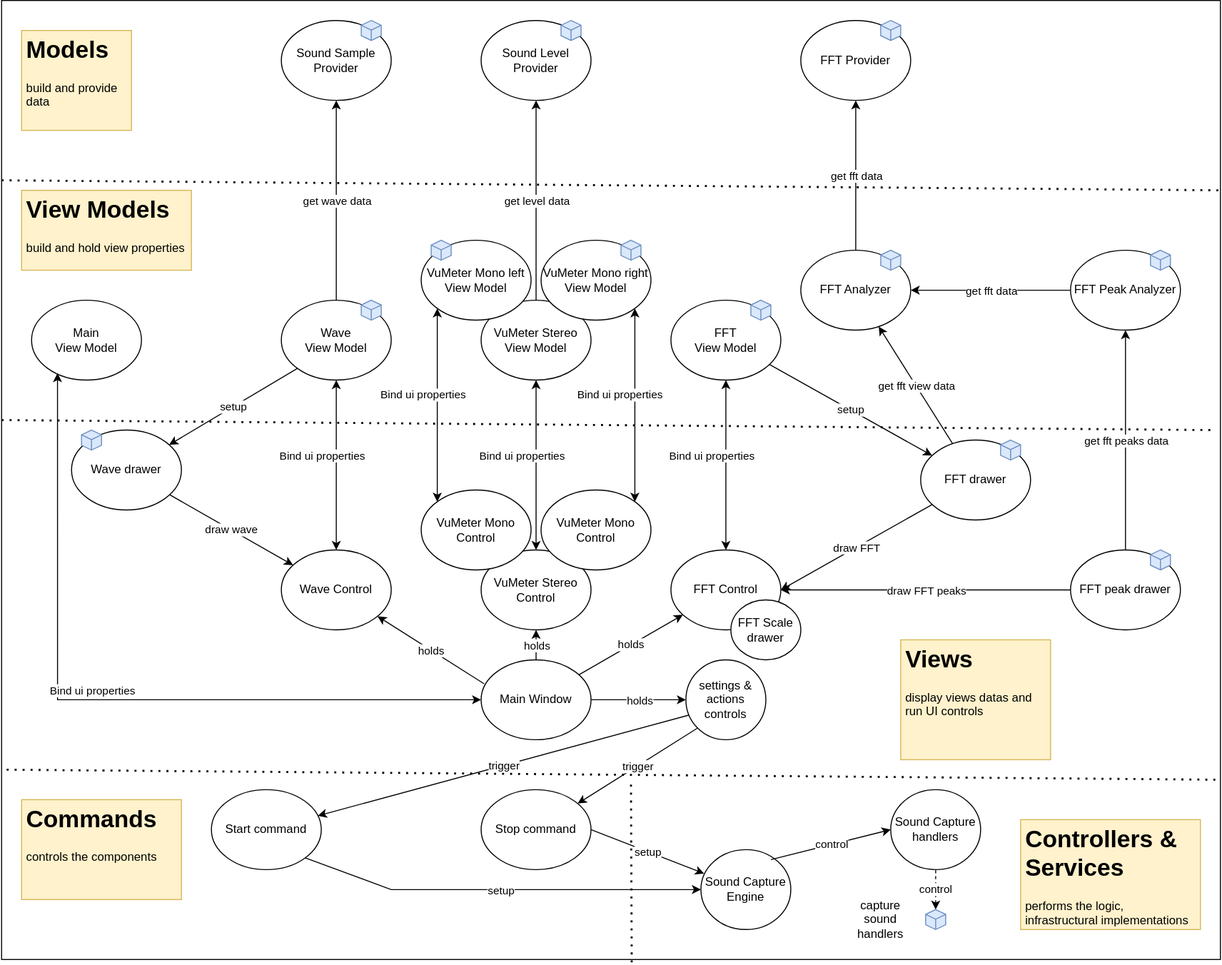
This is Doc/components1.drawio.svg from franck-gaspoz/WindowsAudioSessionSample, a draw.io export, as it was before one commit. Source tidied: cells renumbered, new cells last; positions are measured from the earlier drawing's top-left corner, leaving out a move shared by most shapes.
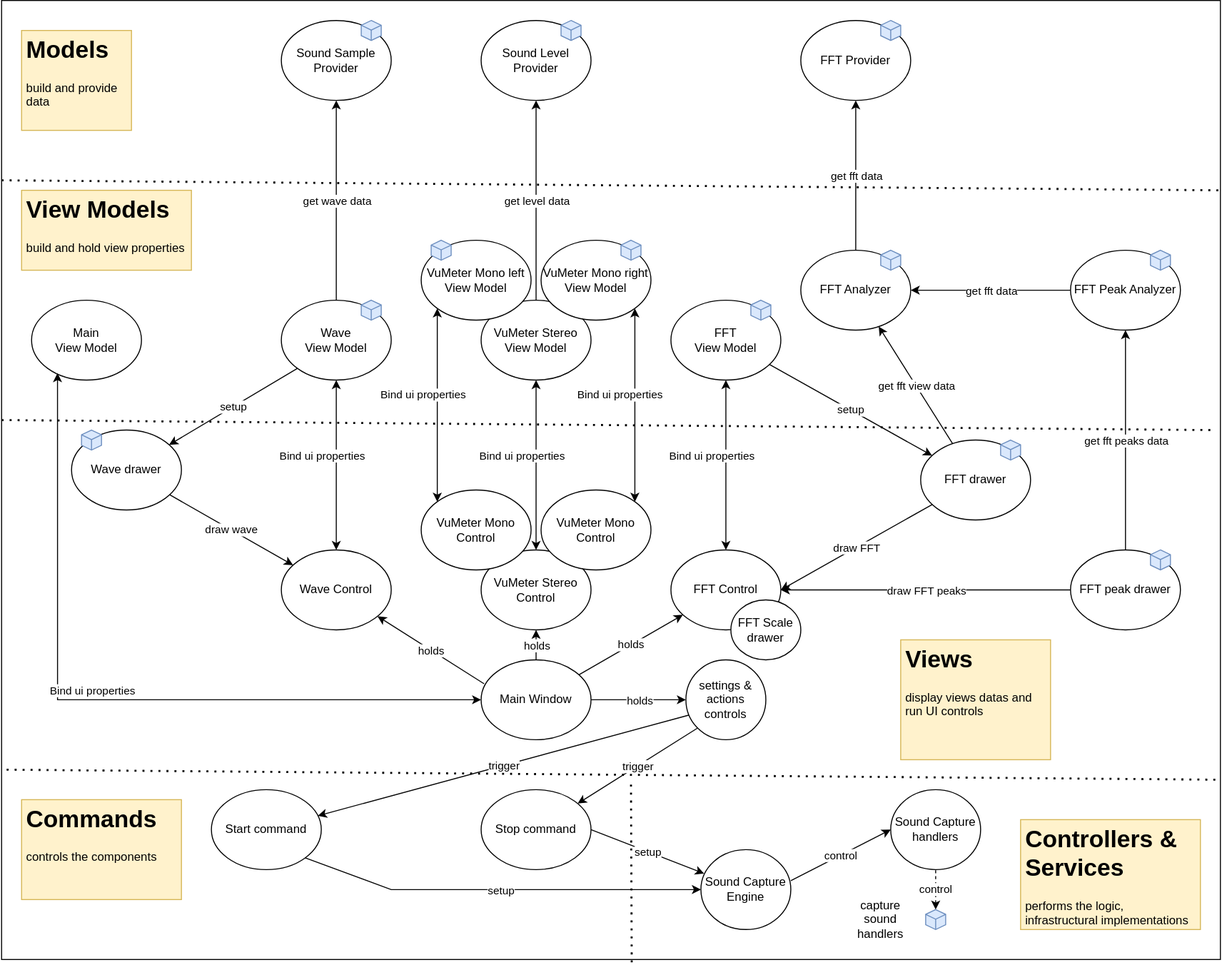
After the commit.

Diff of the diagram source:
```diff
@@ -285,7 +285,7 @@
     <mxCell id="84" value="Sound Capture handlers" style="ellipse;whiteSpace=wrap;html=1;" parent="1" vertex="1">
       <mxGeometry x="890" y="790" width="90" height="80" as="geometry" />
     </mxCell>
-    <mxCell id="85" style="endArrow=classic;html=1;rounded=0;entryX=0;entryY=0.5;entryDx=0;entryDy=0;exitX=0.778;exitY=0.125;exitDx=0;exitDy=0;exitPerimeter=0;" parent="1" edge="1" source="72" target="84">
+    <mxCell id="85" style="endArrow=classic;html=1;rounded=0;entryX=0;entryY=0.5;entryDx=0;entryDy=0;exitX=1;exitY=0.388;exitDx=0;exitDy=0;exitPerimeter=0;" parent="1" edge="1" source="72" target="84">
       <mxGeometry relative="1" as="geometry" />
     </mxCell>
     <mxCell id="86" value="control" style="edgeLabel;html=1;align=center;verticalAlign=middle;" parent="85" vertex="1">
```
